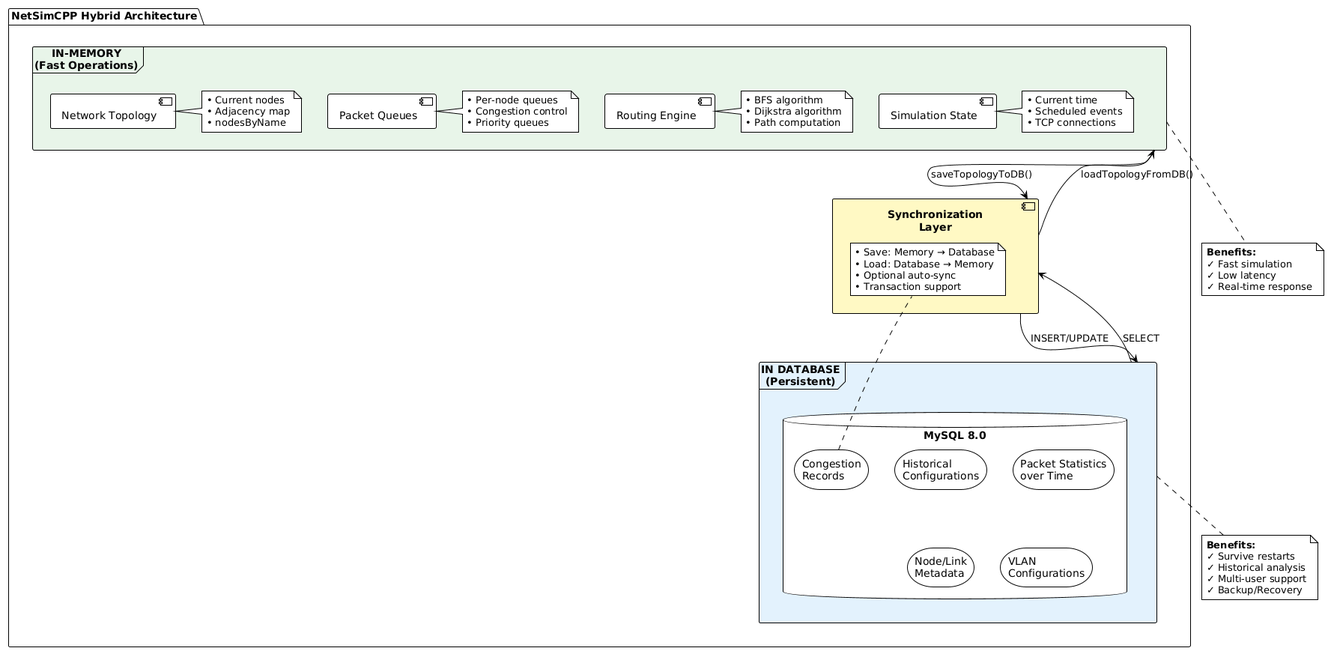
Before: docs/UML/hybrid_architecture.png, a diagram exported from PlantUML (UmarlyPoeta/inzynieria_oprogramowania). Its source is kept beside it as docs/hybrid_architecture.puml.
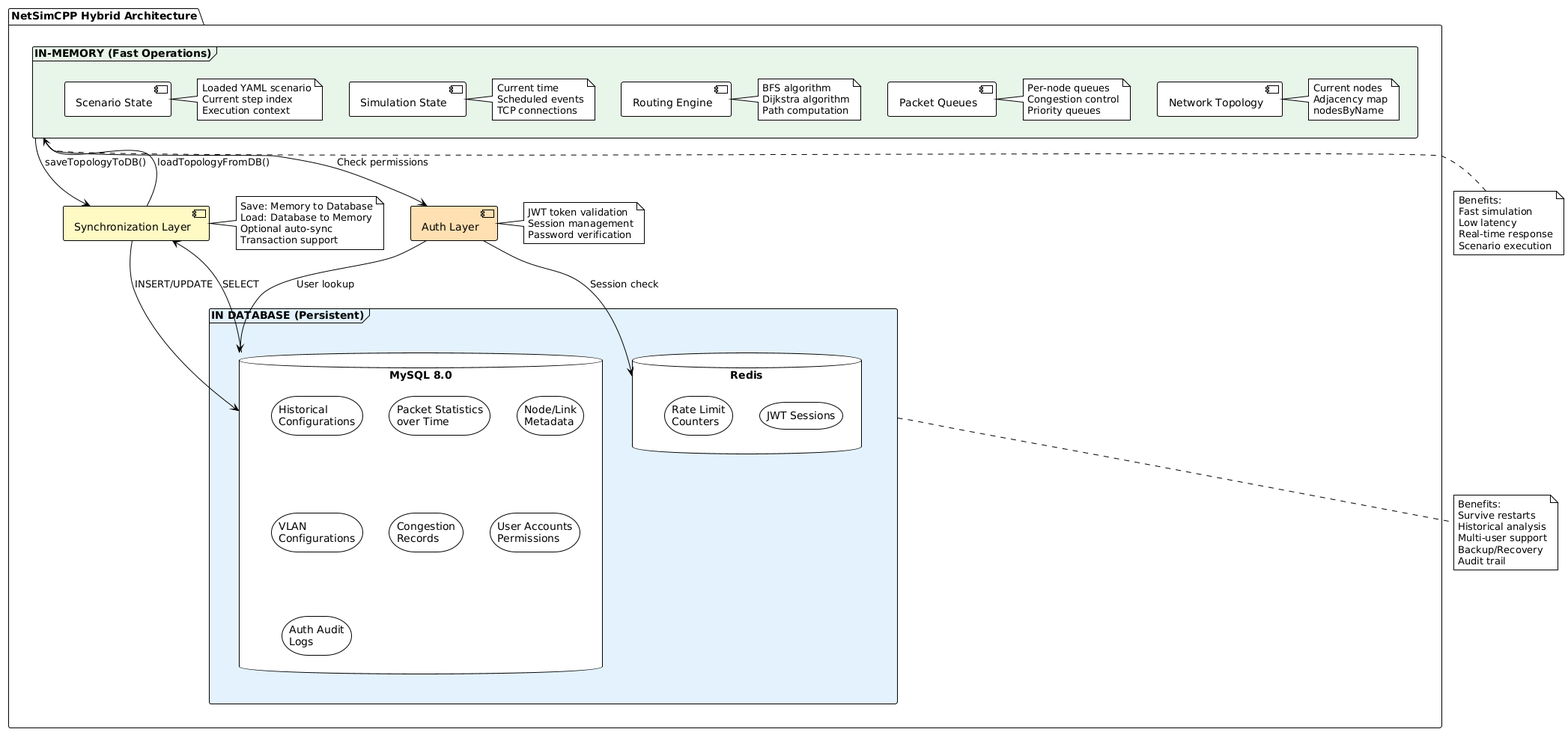
The same diagram one commit later.

Change to the diagram source:
```diff
@@ -3,74 +3,99 @@
 
 package "NetSimCPP Hybrid Architecture" {
 
-  frame "IN-MEMORY\n(Fast Operations)" as memory #E8F5E9 {
+  frame "IN-MEMORY (Fast Operations)" as memory #E8F5E9 {
     component "Network Topology" as topo
     note right of topo
-      • Current nodes
-      • Adjacency map
-      • nodesByName
+      Current nodes
+      Adjacency map
+      nodesByName
     end note
 
     component "Packet Queues" as queues
     note right of queues
-      • Per-node queues
-      • Congestion control
-      • Priority queues
+      Per-node queues
+      Congestion control
+      Priority queues
     end note
 
     component "Routing Engine" as routing
     note right of routing
-      • BFS algorithm
-      • Dijkstra algorithm
-      • Path computation
+      BFS algorithm
+      Dijkstra algorithm
+      Path computation
     end note
 
     component "Simulation State" as state
     note right of state
-      • Current time
-      • Scheduled events
-      • TCP connections
+      Current time
+      Scheduled events
+      TCP connections
+    end note
+
+    component "Scenario State" as scenario
+    note right of scenario
+      Loaded YAML scenario
+      Current step index
+      Execution context
     end note
   }
 
-  frame "IN DATABASE\n(Persistent)" as db #E3F2FD {
+  frame "IN DATABASE (Persistent)" as db #E3F2FD {
     database "MySQL 8.0" as mysql {
       storage "Historical\nConfigurations" as history
       storage "Packet Statistics\nover Time" as stats
       storage "Node/Link\nMetadata" as metadata
       storage "VLAN\nConfigurations" as vlans
       storage "Congestion\nRecords" as congestion
+      storage "User Accounts\nPermissions" as users
+      storage "Auth Audit\nLogs" as audit
+    }
+
+    database "Redis" as redis {
+      storage "JWT Sessions" as sessions
+      storage "Rate Limit\nCounters" as ratelimits
     }
   }
 
-  component "Synchronization\nLayer" as sync #FFF9C4 {
-    note right
-      • Save: Memory → Database
-      • Load: Database → Memory
-      • Optional auto-sync
-      • Transaction support
-    end note
-  }
+  component "Synchronization Layer" as sync #FFF9C4
+  note right of sync
+    Save: Memory to Database
+    Load: Database to Memory
+    Optional auto-sync
+    Transaction support
+  end note
+
+  component "Auth Layer" as auth #FFE0B2
+  note right of auth
+    JWT token validation
+    Session management
+    Password verification
+  end note
 }
 
 memory -down-> sync : saveTopologyToDB()
-sync -down-> db : INSERT/UPDATE
-db -up-> sync : SELECT
+sync -down-> mysql : INSERT/UPDATE
+mysql -up-> sync : SELECT
 sync -up-> memory : loadTopologyFromDB()
+memory -down-> auth : Check permissions
+auth -down-> mysql : User lookup
+auth -down-> redis : Session check
 
 note bottom of memory
-  **Benefits:**
-  ✓ Fast simulation
-  ✓ Low latency
-  ✓ Real-time response
+  Benefits:
+  Fast simulation
+  Low latency
+  Real-time response
+  Scenario execution
 end note
 
 note bottom of db
-  **Benefits:**
-  ✓ Survive restarts
-  ✓ Historical analysis
-  ✓ Multi-user support
-  ✓ Backup/Recovery
+  Benefits:
+  Survive restarts
+  Historical analysis
+  Multi-user support
+  Backup/Recovery
+  Audit trail
 end note
 
 @enduml
```
